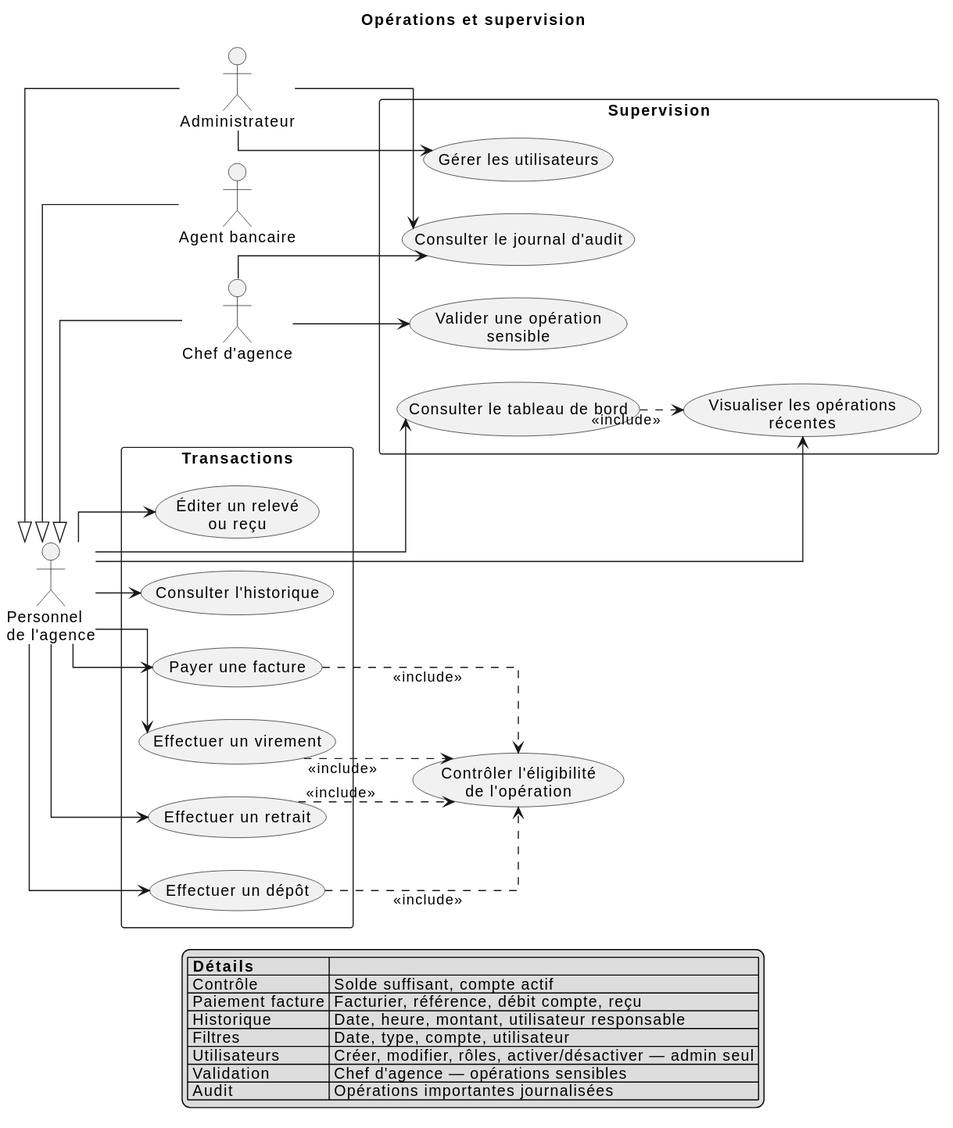
Earlier version of the PlantUML export documentation/uml/cas-utilisation/02-operations-supervision.svg (aminabensouda106-gif/banque1). The source it was exported from:
```plantuml
@startuml
left to right direction
skinparam shadowing false
skinparam packageStyle rectangle
skinparam nodesep 30
skinparam ranksep 40
skinparam linetype ortho

title Opérations et supervision

actor "Personnel\nde l'agence" as personnel

actor "Administrateur" as admin
actor "Agent bancaire" as agent
actor "Chef d'agence" as chef

admin -up-|> personnel
agent -up-|> personnel
chef -up-|> personnel

rectangle "Transactions" {
  usecase "Effectuer un dépôt" as UC_DEPOT
  usecase "Effectuer un retrait" as UC_RETRAIT
  usecase "Effectuer un virement" as UC_VIREMENT
  usecase "Payer une facture" as UC_BILL
  usecase "Consulter l'historique" as UC_HIST
  usecase "Éditer un relevé\nou reçu" as UC_RELEVE
}

rectangle "Supervision" {
  usecase "Consulter le tableau de bord" as UC_DASH
  usecase "Visualiser les opérations\nrécentes" as UC_RECENT
  usecase "Gérer les utilisateurs" as UC_USERS
  usecase "Consulter le journal d'audit" as UC_AUDIT_VIEW
  usecase "Valider une opération\nsensible" as UC_VALIDATE
}

usecase "Contrôler l'éligibilité\nde l'opération" as UC_CHECK

personnel --> UC_DEPOT
personnel --> UC_RETRAIT
personnel --> UC_VIREMENT
personnel --> UC_BILL
personnel --> UC_HIST
personnel --> UC_RELEVE
personnel --> UC_DASH
personnel --> UC_RECENT

admin --> UC_USERS
admin --> UC_AUDIT_VIEW
chef --> UC_AUDIT_VIEW
chef --> UC_VALIDATE

UC_DEPOT ..> UC_CHECK : <<include>>
UC_RETRAIT ..> UC_CHECK : <<include>>
UC_VIREMENT ..> UC_CHECK : <<include>>
UC_BILL ..> UC_CHECK : <<include>>
UC_DASH ..> UC_RECENT : <<include>>

legend bottom
  |= Détails |= |
  | Contrôle | Solde suffisant, compte actif |
  | Paiement facture | Facturier, référence, débit compte, reçu |
  | Historique | Date, heure, montant, utilisateur responsable |
  | Filtres | Date, type, compte, utilisateur |
  | Utilisateurs | Créer, modifier, rôles, activer/désactiver — admin seul |
  | Validation | Chef d'agence — opérations sensibles |
  | Audit | Opérations importantes journalisées |
endlegend
@enduml
```
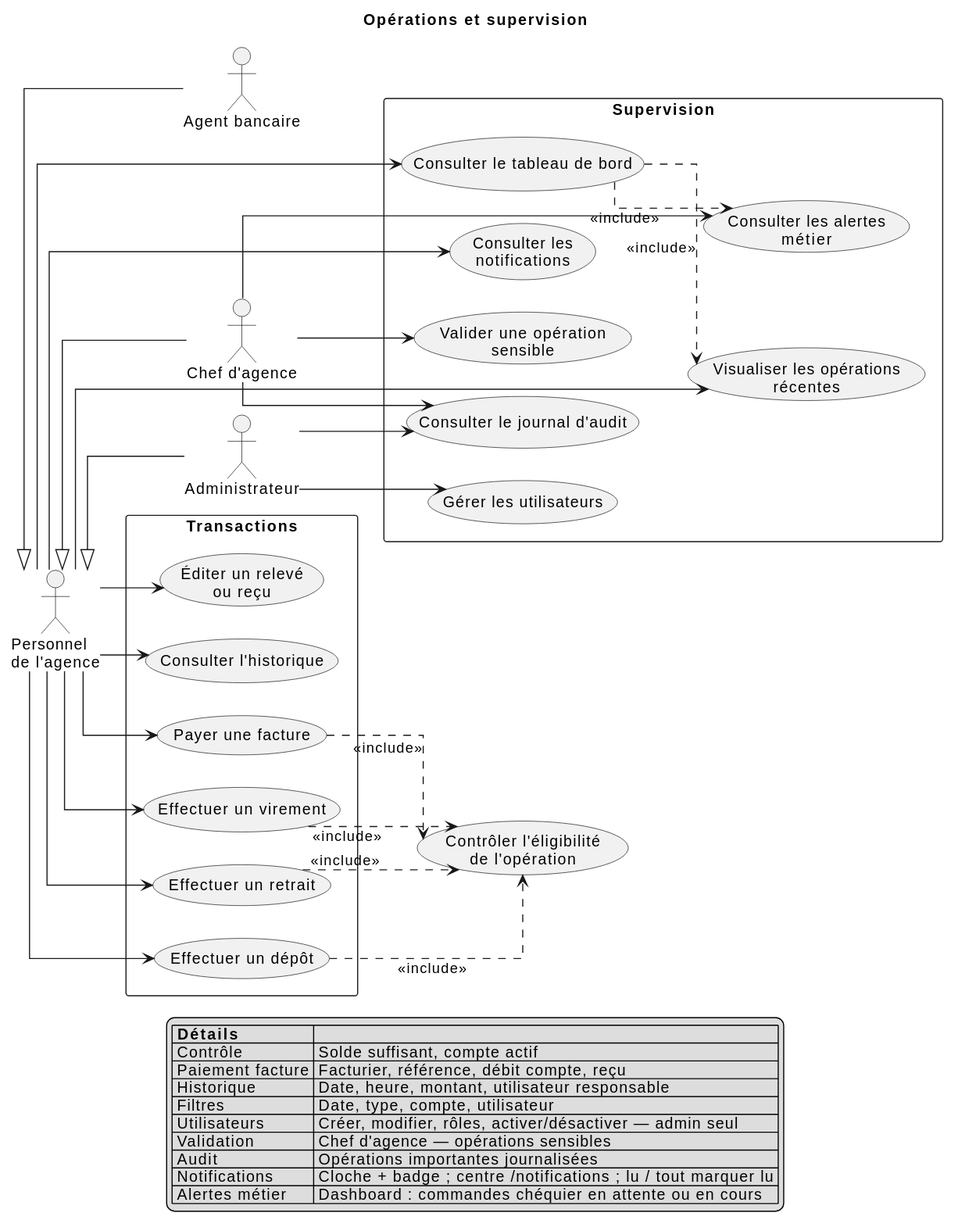
Later version of the same file.

The edit, as a diff of the source:
```diff
@@ -30,6 +30,8 @@
 rectangle "Supervision" {
   usecase "Consulter le tableau de bord" as UC_DASH
   usecase "Visualiser les opérations\nrécentes" as UC_RECENT
+  usecase "Consulter les alertes\nmétier" as UC_ALERTS
+  usecase "Consulter les\nnotifications" as UC_NOTIF
   usecase "Gérer les utilisateurs" as UC_USERS
   usecase "Consulter le journal d'audit" as UC_AUDIT_VIEW
   usecase "Valider une opération\nsensible" as UC_VALIDATE
@@ -45,17 +47,20 @@
 personnel --> UC_RELEVE
 personnel --> UC_DASH
 personnel --> UC_RECENT
+personnel --> UC_NOTIF
 
 admin --> UC_USERS
 admin --> UC_AUDIT_VIEW
 chef --> UC_AUDIT_VIEW
 chef --> UC_VALIDATE
+chef --> UC_ALERTS
 
 UC_DEPOT ..> UC_CHECK : <<include>>
 UC_RETRAIT ..> UC_CHECK : <<include>>
 UC_VIREMENT ..> UC_CHECK : <<include>>
 UC_BILL ..> UC_CHECK : <<include>>
 UC_DASH ..> UC_RECENT : <<include>>
+UC_DASH ..> UC_ALERTS : <<include>>
 
 legend bottom
   |= Détails |= |
@@ -66,5 +71,7 @@
   | Utilisateurs | Créer, modifier, rôles, activer/désactiver — admin seul |
   | Validation | Chef d'agence — opérations sensibles |
   | Audit | Opérations importantes journalisées |
+  | Notifications | Cloche + badge ; centre /notifications ; lu / tout marquer lu |
+  | Alertes métier | Dashboard : commandes chéquier en attente ou en cours |
 endlegend
 @enduml
```
